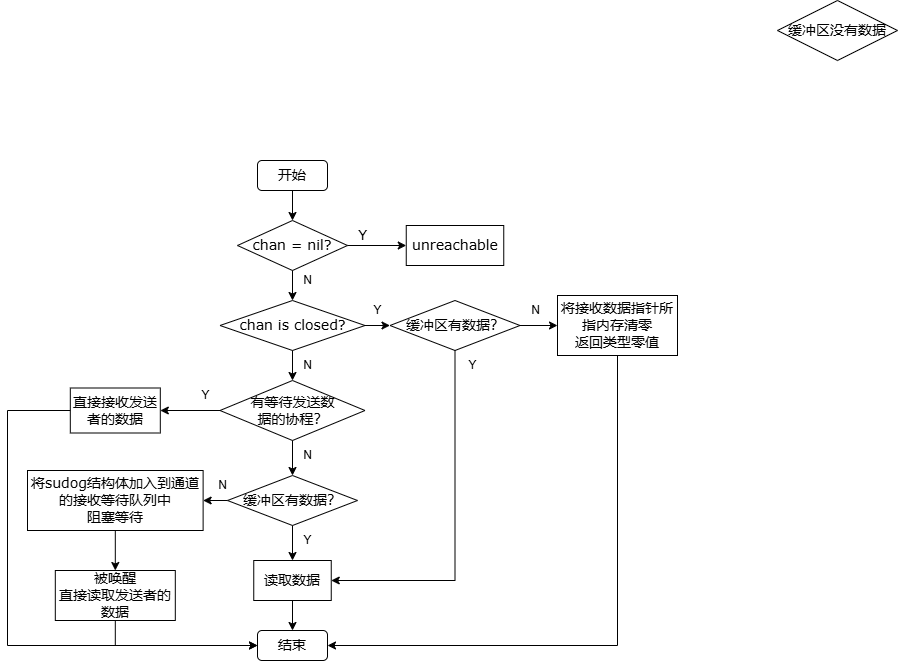
Before: go/从通道接收数据流程图.drawio.png, a diagram exported from draw.io (guxdong/imgrepo). Source tidied: cells renumbered, new cells last; positions are measured from the earlier drawing's top-left corner, leaving out a move shared by most shapes.
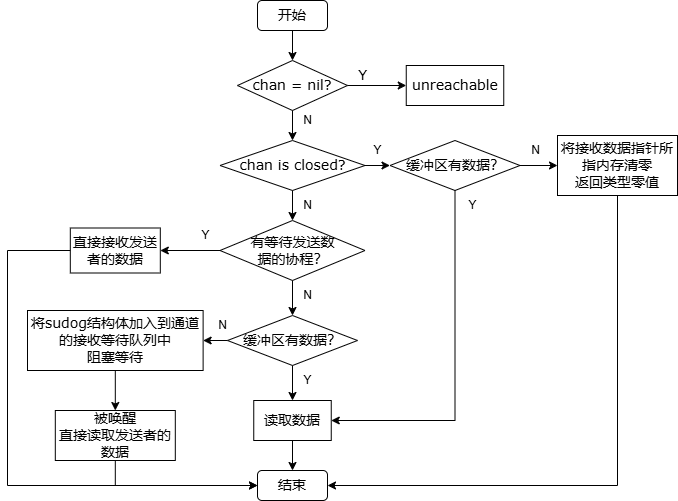
After the commit.

Commit message:
更新从通道接收数据流程图.drawio.png

The edit, as a diff of the source:
```diff
@@ -20,9 +20,6 @@
     <mxCell id="7" value="Y" style="text;html=1;align=center;verticalAlign=middle;strokeColor=none;fillColor=none;fontFamily=Verdana;fontSize=14;" parent="1" vertex="1">
       <mxGeometry x="340" y="220" width="30" height="30" as="geometry" />
     </mxCell>
-    <mxCell id="8" value="缓冲区没有数据" style="rhombus;whiteSpace=wrap;html=1;fontFamily=Verdana;fontSize=14;" parent="1" vertex="1">
-      <mxGeometry x="770" width="120" height="60" as="geometry" />
-    </mxCell>
     <mxCell id="9" value="将接收数据指针所指内存清零&lt;div style=&quot;font-size: 14px;&quot;&gt;返回类型零值&lt;/div&gt;" style="rounded=0;whiteSpace=wrap;html=1;fontFamily=Verdana;fontSize=14;" parent="1" vertex="1">
       <mxGeometry x="550" y="295" width="120" height="60" as="geometry" />
     </mxCell>
```
